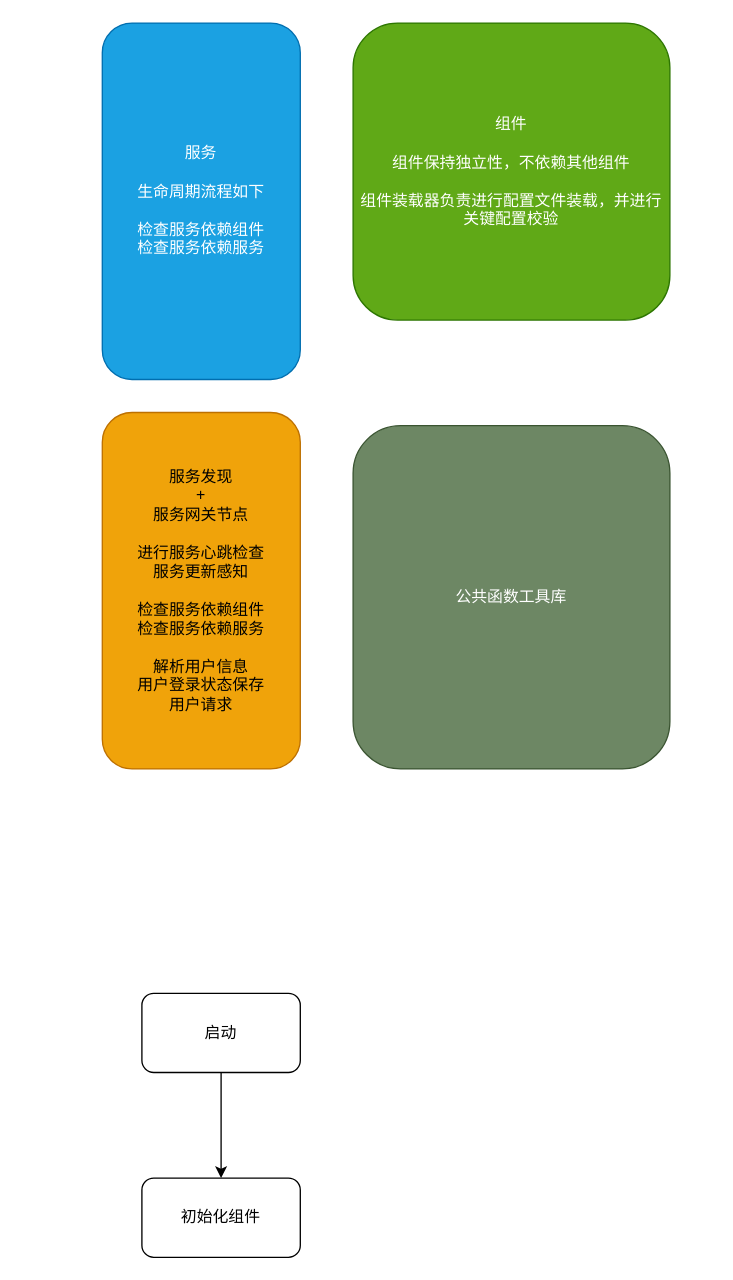
inoth/chat keeps this draw.io diagram as server/架构图.dio. Above is the earlier version. Source tidied: cells renumbered, new cells numbered last; positions are measured from the earlier drawing's top-left corner, leaving out a move shared by most shapes. Both pictures are drawn from the tidied source at 132%, with x=0, y=0 at pixel (102, 22).
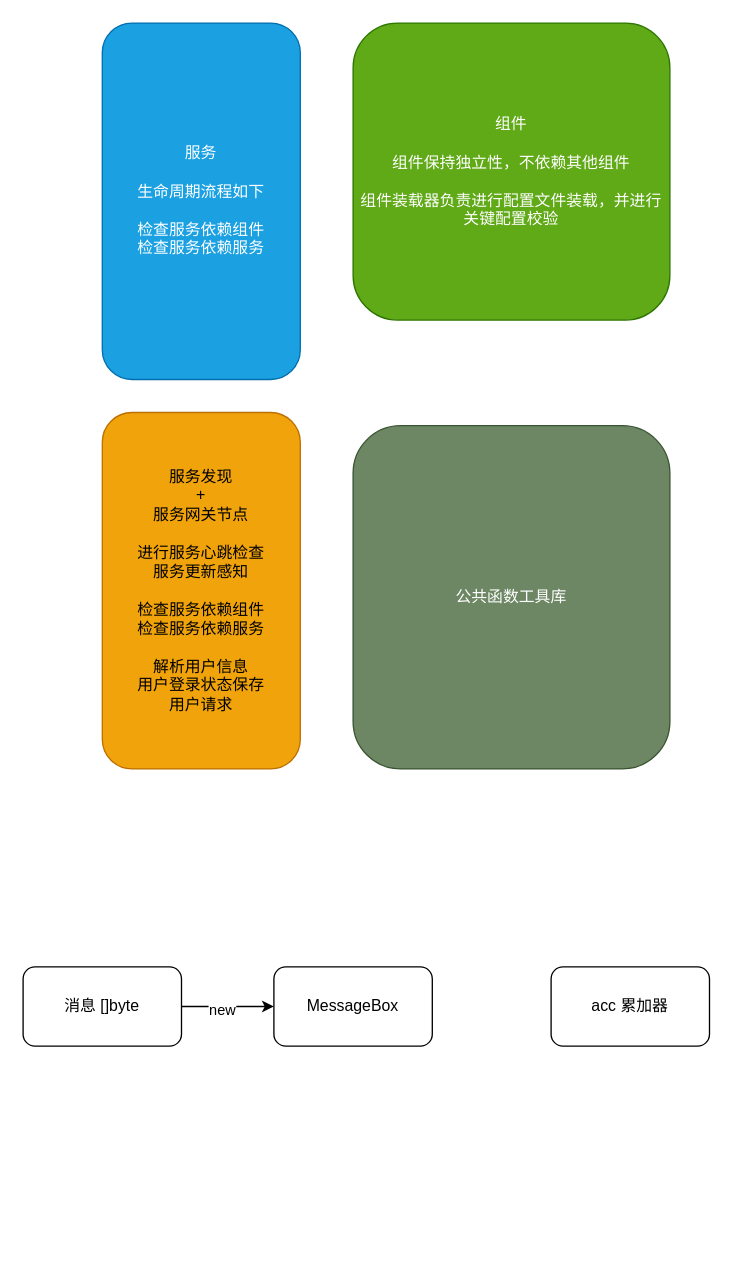
The same page after the edit.

Diff of the diagram source:
```diff
@@
 <mxGraphModel>
   <root>
     <mxCell id="0" />
     <mxCell id="1" parent="0" />
     <mxCell id="2" value="服务&lt;br&gt;&lt;br&gt;生命周期流程如下&lt;br&gt;&lt;br&gt;检查服务依赖组件&lt;br&gt;检查服务依赖服务&lt;br&gt;" style="rounded=1;whiteSpace=wrap;html=1;fillColor=#1ba1e2;fontColor=#ffffff;strokeColor=#006EAF;" parent="1" vertex="1">
       <mxGeometry width="150" height="270" as="geometry" />
     </mxCell>
     <mxCell id="3" value="组件&lt;br&gt;&lt;br&gt;组件保持独立性，不依赖其他组件&lt;br&gt;&lt;br&gt;组件装载器负责进行配置文件装载，并进行关键配置校验" style="rounded=1;whiteSpace=wrap;html=1;fillColor=#60a917;fontColor=#ffffff;strokeColor=#2D7600;" parent="1" vertex="1">
       <mxGeometry x="190" width="240" height="225" as="geometry" />
     </mxCell>
     <mxCell id="4" value="服务发现&lt;br&gt;+&lt;br&gt;服务网关节点&lt;br&gt;&lt;br&gt;进行服务心跳检查&lt;br&gt;服务更新感知&lt;br&gt;&lt;br&gt;检查服务依赖组件&lt;br&gt;检查服务依赖服务&lt;br&gt;&lt;br&gt;解析用户信息&lt;br&gt;用户登录状态保存&lt;br&gt;用户请求" style="rounded=1;whiteSpace=wrap;html=1;fillColor=#f0a30a;strokeColor=#BD7000;fontColor=#000000;" parent="1" vertex="1">
       <mxGeometry y="295" width="150" height="270" as="geometry" />
     </mxCell>
     <mxCell id="5" value="公共函数工具库" style="rounded=1;whiteSpace=wrap;html=1;fillColor=#6d8764;strokeColor=#3A5431;fontColor=#ffffff;" parent="1" vertex="1">
       <mxGeometry x="190" y="305" width="240" height="260" as="geometry" />
     </mxCell>
-    <mxCell id="6" style="edgeStyle=none;html=1;" parent="1" edge="1" source="7" target="8">
-      <mxGeometry relative="1" as="geometry" />
-    </mxCell>
-    <mxCell id="7" value="启动" style="rounded=1;whiteSpace=wrap;html=1;" parent="1" vertex="1">
-      <mxGeometry x="30" y="735" width="120" height="60" as="geometry" />
-    </mxCell>
-    <mxCell id="8" value="初始化组件" style="whiteSpace=wrap;html=1;rounded=1;" parent="1" vertex="1">
-      <mxGeometry x="30" y="875" width="120" height="60" as="geometry" />
-    </mxCell>
+    <mxCell id="9" style="edgeStyle=none;html=1;" parent="1" edge="1" source="11" target="12">
+      <mxGeometry relative="1" as="geometry" />
+    </mxCell>
+    <mxCell id="10" value="new" style="edgeLabel;html=1;align=center;verticalAlign=middle;" parent="9" vertex="1">
+      <mxGeometry x="-0.14" y="-2" relative="1" as="geometry" />
+    </mxCell>
+    <mxCell id="11" value="消息 []byte" style="rounded=1;whiteSpace=wrap;html=1;" parent="1" vertex="1">
+      <mxGeometry x="-60" y="715" width="120" height="60" as="geometry" />
+    </mxCell>
+    <mxCell id="12" value="MessageBox" style="rounded=1;whiteSpace=wrap;html=1;" parent="1" vertex="1">
+      <mxGeometry x="130" y="715" width="120" height="60" as="geometry" />
+    </mxCell>
+    <mxCell id="13" value="acc 累加器" style="rounded=1;whiteSpace=wrap;html=1;" parent="1" vertex="1">
+      <mxGeometry x="340" y="715" width="120" height="60" as="geometry" />
+    </mxCell>
   </root>
 </mxGraphModel>
```
